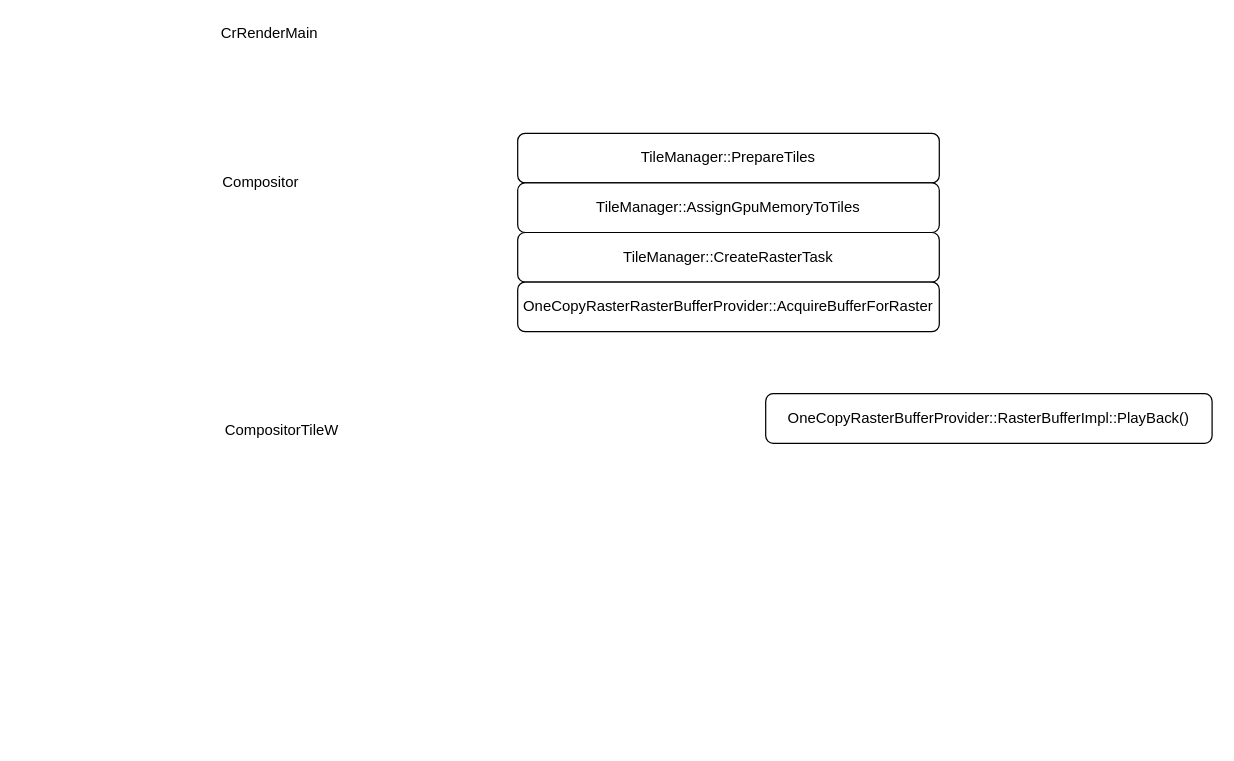
This is chromium/draw.drawio from YuWeiCong/draw.io, a draw.io file, before an edit. Source tidied: cells renumbered, new cells numbered last; positions are measured from the earlier drawing's top-left corner, leaving out a move shared by most shapes. Both pictures are drawn from the tidied source at 124%, with x=0, y=0 at pixel (236, 21).
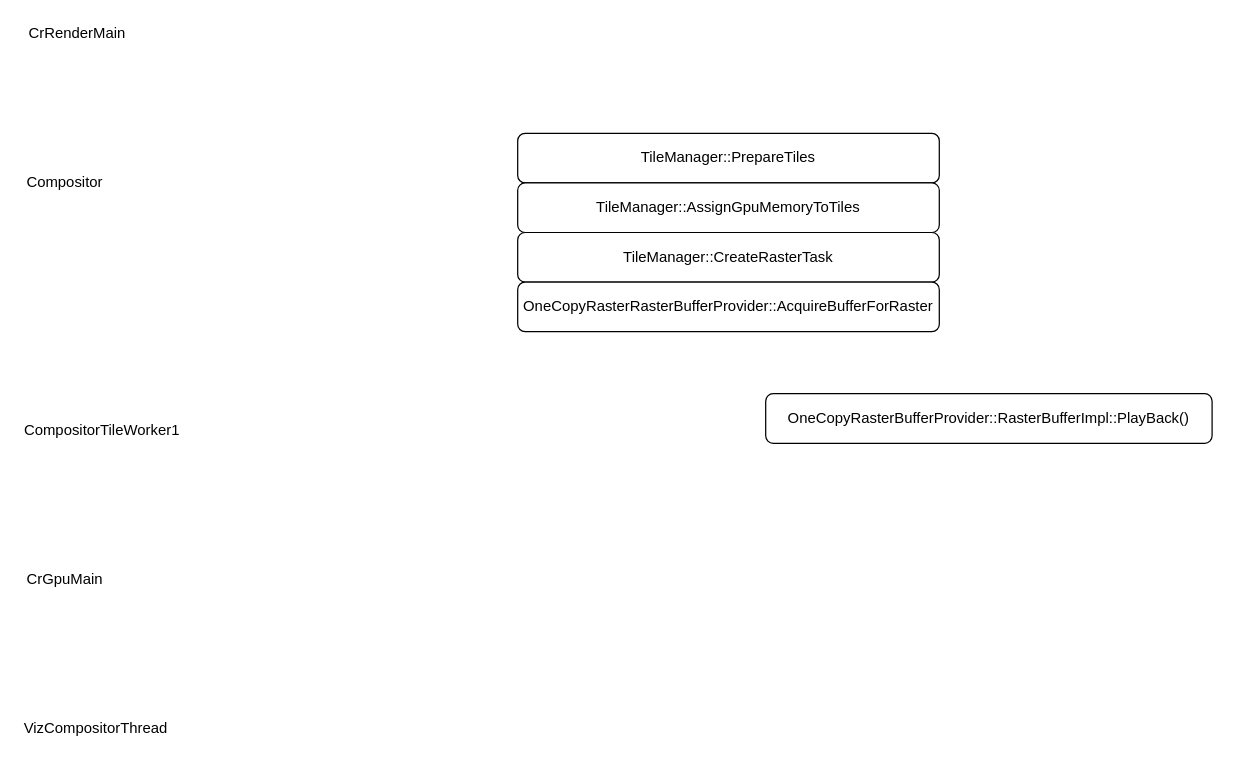
The same page after the edit.

The edit, as a diff of the source:
```diff
@@
 <mxGraphModel>
   <root>
     <mxCell id="0" />
     <mxCell id="1" parent="0" />
     <mxCell id="2" value="OneCopyRasterBufferProvider::RasterBufferImpl::PlayBack()" style="rounded=1;whiteSpace=wrap;html=1;" parent="1" vertex="1">
       <mxGeometry x="427" y="300" width="360" height="40" as="geometry" />
     </mxCell>
-    <mxCell id="3" value="CompositorTileW" style="text;html=1;strokeColor=none;fillColor=none;align=center;verticalAlign=middle;whiteSpace=wrap;rounded=0;" parent="1" vertex="1">
-      <mxGeometry x="17" y="320" width="40" height="20" as="geometry" />
+    <mxCell id="3" value="CompositorTileWorker1" style="text;html=1;strokeColor=none;fillColor=none;align=center;verticalAlign=middle;whiteSpace=wrap;rounded=0;" parent="1" vertex="1">
+      <mxGeometry x="-173" y="320" width="130" height="20" as="geometry" />
     </mxCell>
     <mxCell id="4" value="CrRenderMain" style="text;html=1;strokeColor=none;fillColor=none;align=center;verticalAlign=middle;whiteSpace=wrap;rounded=0;" parent="1" vertex="1">
-      <mxGeometry x="7" width="40" height="20" as="geometry" />
+      <mxGeometry x="-173" width="90" height="20" as="geometry" />
     </mxCell>
     <mxCell id="5" value="Compositor" style="text;html=1;strokeColor=none;fillColor=none;align=center;verticalAlign=middle;whiteSpace=wrap;rounded=0;" parent="1" vertex="1">
-      <mxGeometry y="120" width="40" height="20" as="geometry" />
+      <mxGeometry x="-173" y="120" width="70" height="20" as="geometry" />
     </mxCell>
     <mxCell id="6" style="group;" parent="1" vertex="1">
       <mxGeometry x="227" y="90" width="340" height="160" as="geometry" />
     </mxCell>
     <mxCell id="7" value="TileManager::PrepareTiles" style="rounded=1;whiteSpace=wrap;html=1;" parent="6" vertex="1">
       <mxGeometry width="340" height="40" as="geometry" />
     </mxCell>
     <mxCell id="8" value="TileManager::AssignGpuMemoryToTiles" style="rounded=1;whiteSpace=wrap;html=1;" parent="6" vertex="1">
       <mxGeometry y="40" width="340" height="40" as="geometry" />
     </mxCell>
     <mxCell id="9" value="TileManager::CreateRasterTask" style="rounded=1;whiteSpace=wrap;html=1;" parent="6" vertex="1">
       <mxGeometry y="80" width="340" height="40" as="geometry" />
     </mxCell>
     <mxCell id="10" value="OneCopyRasterRasterBufferProvider::AcquireBufferForRaster" style="rounded=1;whiteSpace=wrap;html=1;" parent="6" vertex="1">
       <mxGeometry y="120" width="340" height="40" as="geometry" />
     </mxCell>
+    <mxCell id="11" value="CrGpuMain" style="text;html=1;strokeColor=none;fillColor=none;align=center;verticalAlign=middle;whiteSpace=wrap;rounded=0;" parent="1" vertex="1">
+      <mxGeometry x="-173" y="440" width="70" height="20" as="geometry" />
+    </mxCell>
+    <mxCell id="12" value="VizCompositorThread" style="text;html=1;strokeColor=none;fillColor=none;align=center;verticalAlign=middle;whiteSpace=wrap;rounded=0;" parent="1" vertex="1">
+      <mxGeometry x="-173" y="560" width="120" height="20" as="geometry" />
+    </mxCell>
   </root>
 </mxGraphModel>
```
